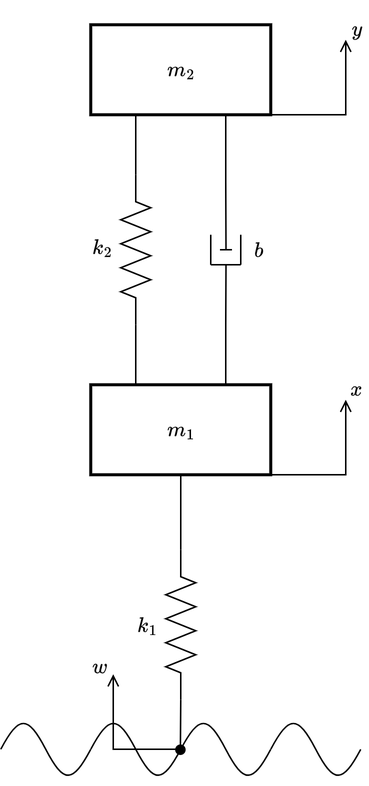
This is images/suspensao_ativa_drawio.png from souzathg/modal-structural-health-monitoring, a draw.io export, as it was before one commit. Source tidied: cells renumbered, new cells last; positions are measured from the earlier drawing's top-left corner, leaving out a move shared by most shapes. The source it was exported from:
```xml
<mxGraphModel math="1">
  <root>
    <mxCell id="0" />
    <mxCell id="1" parent="0" />
    <mxCell id="2" style="group;" parent="1" vertex="1">
      <mxGeometry width="245" height="511.2" as="geometry" />
    </mxCell>
    <mxCell id="3" value="$$m_2$$" style="rounded=0;whiteSpace=wrap;html=1;strokeWidth=2;" parent="2" vertex="1">
      <mxGeometry x="60" y="5" width="120" height="60" as="geometry" />
    </mxCell>
    <mxCell id="4" value="$$m_1$$" style="rounded=0;whiteSpace=wrap;html=1;strokeWidth=2;" parent="2" vertex="1">
      <mxGeometry x="60" y="245" width="120" height="60" as="geometry" />
    </mxCell>
    <mxCell id="5" style="group;" parent="2" vertex="1">
      <mxGeometry x="80" y="105" width="20" height="100" as="geometry" />
    </mxCell>
    <mxCell id="6" style="verticalLabelPosition=bottom;shadow=0;dashed=0;align=center;html=1;verticalAlign=top;shape=mxgraph.electrical.resistors.resistor_2;rotation=90;" parent="5" vertex="1">
      <mxGeometry x="-40" y="40" width="100" height="20" as="geometry" />
    </mxCell>
    <mxCell id="7" style="group;" parent="2" vertex="1">
      <mxGeometry x="140" y="145" width="20" height="20" as="geometry" />
    </mxCell>
    <mxCell id="8" style="edgeStyle=orthogonalEdgeStyle;rounded=0;jettySize=auto;html=1;exitX=0.75;exitY=1;exitDx=0;exitDy=0;endArrow=baseDash;endFill=0;" parent="7" edge="1" source="3">
      <mxGeometry relative="1" as="geometry">
        <mxPoint x="10.1" y="10" as="targetPoint" />
      </mxGeometry>
    </mxCell>
    <mxCell id="9" style="edgeStyle=orthogonalEdgeStyle;rounded=0;jettySize=auto;html=1;exitX=0.75;exitY=0;exitDx=0;exitDy=0;endArrow=baseDash;endFill=0;" parent="7" edge="1" source="4">
      <mxGeometry relative="1" as="geometry">
        <mxPoint x="10.1" y="20" as="targetPoint" />
      </mxGeometry>
    </mxCell>
    <mxCell id="10" style="endArrow=none;html=1;rounded=0;" parent="7" edge="1">
      <mxGeometry relative="1" as="geometry">
        <mxPoint x="20" y="20" as="sourcePoint" />
        <mxPoint x="20" as="targetPoint" />
      </mxGeometry>
    </mxCell>
    <mxCell id="11" style="endArrow=none;html=1;rounded=0;" parent="7" edge="1">
      <mxGeometry relative="1" as="geometry">
        <mxPoint y="20" as="sourcePoint" />
        <mxPoint as="targetPoint" />
      </mxGeometry>
    </mxCell>
    <mxCell id="12" style="endArrow=none;html=1;rounded=0;" parent="7" edge="1">
      <mxGeometry relative="1" as="geometry">
        <mxPoint x="20" y="20" as="sourcePoint" />
        <mxPoint y="20" as="targetPoint" />
      </mxGeometry>
    </mxCell>
    <mxCell id="13" style="group;" parent="2" vertex="1">
      <mxGeometry x="110" y="355" width="20" height="100" as="geometry" />
    </mxCell>
    <mxCell id="14" style="edgeStyle=orthogonalEdgeStyle;rounded=0;jettySize=auto;html=1;exitX=1;exitY=0.5;exitDx=0;exitDy=0;exitPerimeter=0;entryX=0.25;entryY=0;entryDx=0;entryDy=0;endArrow=none;endFill=0;" parent="13" edge="1" source="15">
      <mxGeometry relative="1" as="geometry" />
    </mxCell>
    <mxCell id="15" style="verticalLabelPosition=bottom;shadow=0;dashed=0;align=center;html=1;verticalAlign=top;shape=mxgraph.electrical.resistors.resistor_2;rotation=90;" parent="13" vertex="1">
      <mxGeometry x="-40" y="40" width="100" height="20" as="geometry" />
    </mxCell>
    <mxCell id="16" style="edgeStyle=orthogonalEdgeStyle;rounded=0;jettySize=auto;html=1;exitX=0.25;exitY=1;exitDx=0;exitDy=0;entryX=0;entryY=0.5;entryDx=0;entryDy=0;entryPerimeter=0;endArrow=none;endFill=0;" parent="13" edge="1" target="15">
      <mxGeometry relative="1" as="geometry" />
    </mxCell>
    <mxCell id="17" style="edgeStyle=orthogonalEdgeStyle;rounded=0;jettySize=auto;html=1;exitX=0.5;exitY=1;exitDx=0;exitDy=0;entryX=0;entryY=0.5;entryDx=0;entryDy=0;entryPerimeter=0;endArrow=none;endFill=0;" parent="2" edge="1" source="4" target="15">
      <mxGeometry relative="1" as="geometry" />
    </mxCell>
    <mxCell id="18" style="group;" parent="2" vertex="1">
      <mxGeometry y="465" width="240" height="46.2" as="geometry" />
    </mxCell>
    <mxCell id="19" style="group;" parent="18" vertex="1">
      <mxGeometry width="120" height="46.2" as="geometry" />
    </mxCell>
    <mxCell id="20" style="verticalLabelPosition=bottom;shadow=0;dashed=0;align=center;html=1;verticalAlign=top;shape=mxgraph.electrical.waveforms.sine_wave;" parent="19" vertex="1">
      <mxGeometry width="60" height="46.2" as="geometry" />
    </mxCell>
    <mxCell id="21" style="verticalLabelPosition=bottom;shadow=0;dashed=0;align=center;html=1;verticalAlign=top;shape=mxgraph.electrical.waveforms.sine_wave;" parent="19" vertex="1">
      <mxGeometry x="60" width="60" height="46.2" as="geometry" />
    </mxCell>
    <mxCell id="22" style="endArrow=open;html=1;rounded=0;strokeWidth=1;endFill=0;endSize=6;targetPerimeterSpacing=0;jumpStyle=none;" parent="19" edge="1">
      <mxGeometry relative="1" as="geometry">
        <mxPoint x="120" y="23" as="sourcePoint" />
        <mxPoint x="75" y="-27" as="targetPoint" />
        <Array as="points">
          <mxPoint x="75" y="23" />
        </Array>
      </mxGeometry>
    </mxCell>
    <mxCell id="23" style="group;" parent="18" vertex="1">
      <mxGeometry x="120" width="120" height="46.2" as="geometry" />
    </mxCell>
    <mxCell id="24" style="verticalLabelPosition=bottom;shadow=0;dashed=0;align=center;html=1;verticalAlign=top;shape=mxgraph.electrical.waveforms.sine_wave;" parent="23" vertex="1">
      <mxGeometry width="60" height="46.2" as="geometry" />
    </mxCell>
    <mxCell id="25" style="verticalLabelPosition=bottom;shadow=0;dashed=0;align=center;html=1;verticalAlign=top;shape=mxgraph.electrical.waveforms.sine_wave;" parent="23" vertex="1">
      <mxGeometry x="60" width="60" height="46.2" as="geometry" />
    </mxCell>
    <mxCell id="26" style="edgeStyle=orthogonalEdgeStyle;rounded=0;jettySize=auto;html=1;exitX=1;exitY=0.5;exitDx=0;exitDy=0;exitPerimeter=0;entryX=-0.004;entryY=0.505;entryDx=0;entryDy=0;entryPerimeter=0;endArrow=oval;endFill=1;" parent="2" edge="1" source="15" target="24">
      <mxGeometry relative="1" as="geometry" />
    </mxCell>
    <mxCell id="27" style="endArrow=open;html=1;rounded=0;exitX=1;exitY=1;exitDx=0;exitDy=0;strokeWidth=1;endFill=0;" parent="2" edge="1" source="3">
      <mxGeometry relative="1" as="geometry">
        <mxPoint x="230" y="15" as="targetPoint" />
        <Array as="points">
          <mxPoint x="230" y="65" />
        </Array>
      </mxGeometry>
    </mxCell>
    <mxCell id="28" style="endArrow=open;html=1;rounded=0;exitX=1;exitY=1;exitDx=0;exitDy=0;strokeWidth=1;endFill=0;endSize=6;targetPerimeterSpacing=0;" parent="2" edge="1">
      <mxGeometry relative="1" as="geometry">
        <mxPoint x="180" y="305" as="sourcePoint" />
        <mxPoint x="230" y="255" as="targetPoint" />
        <Array as="points">
          <mxPoint x="230" y="305" />
        </Array>
      </mxGeometry>
    </mxCell>
    <mxCell id="29" value="$$ y $$" style="rounded=1;whiteSpace=wrap;html=1;fillColor=none;strokeColor=none;" parent="2" vertex="1">
      <mxGeometry x="230" width="15" height="15" as="geometry" />
    </mxCell>
    <mxCell id="30" value="$$ x $$" style="rounded=1;whiteSpace=wrap;html=1;fillColor=none;strokeColor=none;" parent="2" vertex="1">
      <mxGeometry x="230" y="240" width="15" height="15" as="geometry" />
    </mxCell>
    <mxCell id="31" value="$$ w $$" style="rounded=1;whiteSpace=wrap;html=1;fillColor=none;strokeColor=none;" parent="2" vertex="1">
      <mxGeometry x="59" y="425" width="15" height="15" as="geometry" />
    </mxCell>
    <mxCell id="32" value="$$ k_2 $$" style="rounded=1;whiteSpace=wrap;html=1;fillColor=none;strokeColor=none;" parent="2" vertex="1">
      <mxGeometry x="60" y="145" width="15" height="15" as="geometry" />
    </mxCell>
    <mxCell id="33" value="$$ b $$" style="rounded=1;whiteSpace=wrap;html=1;fillColor=none;strokeColor=none;" parent="2" vertex="1">
      <mxGeometry x="165" y="147.5" width="15" height="15" as="geometry" />
    </mxCell>
    <mxCell id="34" value="$$ k_1 $$" style="rounded=1;whiteSpace=wrap;html=1;fillColor=none;strokeColor=none;" parent="2" vertex="1">
      <mxGeometry x="90" y="397.5" width="15" height="15" as="geometry" />
    </mxCell>
    <mxCell id="35" style="edgeStyle=orthogonalEdgeStyle;rounded=0;jettySize=auto;html=1;exitX=0.25;exitY=1;exitDx=0;exitDy=0;entryX=0;entryY=0.5;entryDx=0;entryDy=0;entryPerimeter=0;endArrow=none;endFill=0;" parent="2" edge="1" source="3" target="6">
      <mxGeometry relative="1" as="geometry" />
    </mxCell>
    <mxCell id="36" style="edgeStyle=orthogonalEdgeStyle;rounded=0;jettySize=auto;html=1;exitX=1;exitY=0.5;exitDx=0;exitDy=0;exitPerimeter=0;entryX=0.25;entryY=0;entryDx=0;entryDy=0;endArrow=none;endFill=0;" parent="2" edge="1" source="6" target="4">
      <mxGeometry relative="1" as="geometry" />
    </mxCell>
  </root>
</mxGraphModel>
```
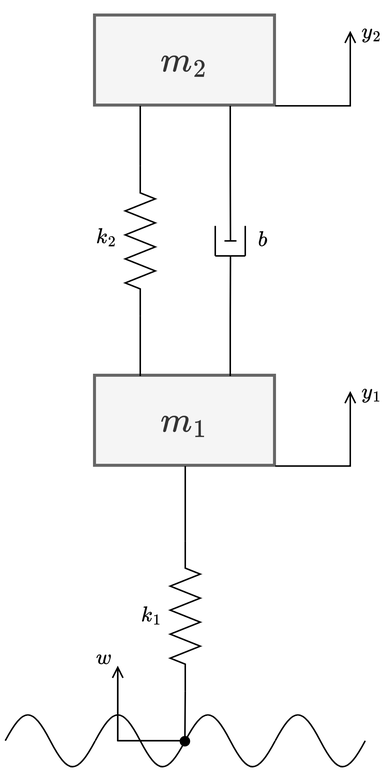
The same file after the commit.

Commit message:
feat: use y_1 and y_2 as outs in suspension diagram

What changed in the source:
```diff
@@ -2,22 +2,19 @@
   <root>
     <mxCell id="0" />
     <mxCell id="1" parent="0" />
-    <mxCell id="2" style="group;" parent="1" vertex="1">
-      <mxGeometry width="245" height="511.2" as="geometry" />
-    </mxCell>
-    <mxCell id="3" value="$$m_2$$" style="rounded=0;whiteSpace=wrap;html=1;strokeWidth=2;" parent="2" vertex="1">
+    <mxCell id="3" value="&lt;font&gt;$$m_2$$&lt;/font&gt;" style="rounded=0;whiteSpace=wrap;html=1;strokeWidth=2;fontSize=20;fontStyle=1;fillColor=#f5f5f5;fontColor=#333333;strokeColor=#666666;" parent="1" vertex="1">
       <mxGeometry x="60" y="5" width="120" height="60" as="geometry" />
     </mxCell>
-    <mxCell id="4" value="$$m_1$$" style="rounded=0;whiteSpace=wrap;html=1;strokeWidth=2;" parent="2" vertex="1">
+    <mxCell id="4" value="$$m_1$$" style="rounded=0;whiteSpace=wrap;html=1;strokeWidth=2;fontSize=20;fillColor=#f5f5f5;fontColor=#333333;strokeColor=#666666;" parent="1" vertex="1">
       <mxGeometry x="60" y="245" width="120" height="60" as="geometry" />
     </mxCell>
-    <mxCell id="5" style="group;" parent="2" vertex="1">
+    <mxCell id="5" style="group;" parent="1" vertex="1">
       <mxGeometry x="80" y="105" width="20" height="100" as="geometry" />
     </mxCell>
     <mxCell id="6" style="verticalLabelPosition=bottom;shadow=0;dashed=0;align=center;html=1;verticalAlign=top;shape=mxgraph.electrical.resistors.resistor_2;rotation=90;" parent="5" vertex="1">
       <mxGeometry x="-40" y="40" width="100" height="20" as="geometry" />
     </mxCell>
-    <mxCell id="7" style="group;" parent="2" vertex="1">
+    <mxCell id="7" style="group;" parent="1" vertex="1">
       <mxGeometry x="140" y="145" width="20" height="20" as="geometry" />
     </mxCell>
     <mxCell id="8" style="edgeStyle=orthogonalEdgeStyle;rounded=0;jettySize=auto;html=1;exitX=0.75;exitY=1;exitDx=0;exitDy=0;endArrow=baseDash;endFill=0;" parent="7" edge="1" source="3">
@@ -48,7 +45,7 @@
         <mxPoint y="20" as="targetPoint" />
       </mxGeometry>
     </mxCell>
-    <mxCell id="13" style="group;" parent="2" vertex="1">
+    <mxCell id="13" style="group;" parent="1" vertex="1">
       <mxGeometry x="110" y="355" width="20" height="100" as="geometry" />
     </mxCell>
     <mxCell id="14" style="edgeStyle=orthogonalEdgeStyle;rounded=0;jettySize=auto;html=1;exitX=1;exitY=0.5;exitDx=0;exitDy=0;exitPerimeter=0;entryX=0.25;entryY=0;entryDx=0;entryDy=0;endArrow=none;endFill=0;" parent="13" edge="1" source="15">
@@ -60,10 +57,10 @@
     <mxCell id="16" style="edgeStyle=orthogonalEdgeStyle;rounded=0;jettySize=auto;html=1;exitX=0.25;exitY=1;exitDx=0;exitDy=0;entryX=0;entryY=0.5;entryDx=0;entryDy=0;entryPerimeter=0;endArrow=none;endFill=0;" parent="13" edge="1" target="15">
       <mxGeometry relative="1" as="geometry" />
     </mxCell>
-    <mxCell id="17" style="edgeStyle=orthogonalEdgeStyle;rounded=0;jettySize=auto;html=1;exitX=0.5;exitY=1;exitDx=0;exitDy=0;entryX=0;entryY=0.5;entryDx=0;entryDy=0;entryPerimeter=0;endArrow=none;endFill=0;" parent="2" edge="1" source="4" target="15">
+    <mxCell id="17" style="edgeStyle=orthogonalEdgeStyle;rounded=0;jettySize=auto;html=1;exitX=0.5;exitY=1;exitDx=0;exitDy=0;entryX=0;entryY=0.5;entryDx=0;entryDy=0;entryPerimeter=0;endArrow=none;endFill=0;" parent="1" edge="1" source="4" target="15">
       <mxGeometry relative="1" as="geometry" />
     </mxCell>
-    <mxCell id="18" style="group;" parent="2" vertex="1">
+    <mxCell id="18" style="group;" parent="1" vertex="1">
       <mxGeometry y="465" width="240" height="46.2" as="geometry" />
     </mxCell>
     <mxCell id="19" style="group;" parent="18" vertex="1">
@@ -93,10 +90,10 @@
     <mxCell id="25" style="verticalLabelPosition=bottom;shadow=0;dashed=0;align=center;html=1;verticalAlign=top;shape=mxgraph.electrical.waveforms.sine_wave;" parent="23" vertex="1">
       <mxGeometry x="60" width="60" height="46.2" as="geometry" />
     </mxCell>
-    <mxCell id="26" style="edgeStyle=orthogonalEdgeStyle;rounded=0;jettySize=auto;html=1;exitX=1;exitY=0.5;exitDx=0;exitDy=0;exitPerimeter=0;entryX=-0.004;entryY=0.505;entryDx=0;entryDy=0;entryPerimeter=0;endArrow=oval;endFill=1;" parent="2" edge="1" source="15" target="24">
+    <mxCell id="26" style="edgeStyle=orthogonalEdgeStyle;rounded=0;jettySize=auto;html=1;exitX=1;exitY=0.5;exitDx=0;exitDy=0;exitPerimeter=0;entryX=-0.004;entryY=0.505;entryDx=0;entryDy=0;entryPerimeter=0;endArrow=oval;endFill=1;" parent="1" edge="1" source="15" target="24">
       <mxGeometry relative="1" as="geometry" />
     </mxCell>
-    <mxCell id="27" style="endArrow=open;html=1;rounded=0;exitX=1;exitY=1;exitDx=0;exitDy=0;strokeWidth=1;endFill=0;" parent="2" edge="1" source="3">
+    <mxCell id="27" style="endArrow=open;html=1;rounded=0;exitX=1;exitY=1;exitDx=0;exitDy=0;strokeWidth=1;endFill=0;" parent="1" edge="1" source="3">
       <mxGeometry relative="1" as="geometry">
         <mxPoint x="230" y="15" as="targetPoint" />
         <Array as="points">
@@ -104,7 +101,7 @@
         </Array>
       </mxGeometry>
     </mxCell>
-    <mxCell id="28" style="endArrow=open;html=1;rounded=0;exitX=1;exitY=1;exitDx=0;exitDy=0;strokeWidth=1;endFill=0;endSize=6;targetPerimeterSpacing=0;" parent="2" edge="1">
+    <mxCell id="28" style="endArrow=open;html=1;rounded=0;exitX=1;exitY=1;exitDx=0;exitDy=0;strokeWidth=1;endFill=0;endSize=6;targetPerimeterSpacing=0;" parent="1" edge="1">
       <mxGeometry relative="1" as="geometry">
         <mxPoint x="180" y="305" as="sourcePoint" />
         <mxPoint x="230" y="255" as="targetPoint" />
@@ -113,29 +110,29 @@
         </Array>
       </mxGeometry>
     </mxCell>
-    <mxCell id="29" value="$$ y $$" style="rounded=1;whiteSpace=wrap;html=1;fillColor=none;strokeColor=none;" parent="2" vertex="1">
-      <mxGeometry x="230" width="15" height="15" as="geometry" />
+    <mxCell id="29" value="$$ y_2 $$" style="rounded=1;whiteSpace=wrap;html=1;fillColor=none;strokeColor=none;fontSize=12;" parent="1" vertex="1">
+      <mxGeometry x="237" y="9" width="15" height="15" as="geometry" />
     </mxCell>
-    <mxCell id="30" value="$$ x $$" style="rounded=1;whiteSpace=wrap;html=1;fillColor=none;strokeColor=none;" parent="2" vertex="1">
-      <mxGeometry x="230" y="240" width="15" height="15" as="geometry" />
-    </mxCell>
-    <mxCell id="31" value="$$ w $$" style="rounded=1;whiteSpace=wrap;html=1;fillColor=none;strokeColor=none;" parent="2" vertex="1">
+    <mxCell id="31" value="$$ w $$" style="rounded=1;whiteSpace=wrap;html=1;fillColor=none;strokeColor=none;" parent="1" vertex="1">
       <mxGeometry x="59" y="425" width="15" height="15" as="geometry" />
     </mxCell>
-    <mxCell id="32" value="$$ k_2 $$" style="rounded=1;whiteSpace=wrap;html=1;fillColor=none;strokeColor=none;" parent="2" vertex="1">
+    <mxCell id="32" value="$$ k_2 $$" style="rounded=1;whiteSpace=wrap;html=1;fillColor=none;strokeColor=none;" parent="1" vertex="1">
       <mxGeometry x="60" y="145" width="15" height="15" as="geometry" />
     </mxCell>
-    <mxCell id="33" value="$$ b $$" style="rounded=1;whiteSpace=wrap;html=1;fillColor=none;strokeColor=none;" parent="2" vertex="1">
+    <mxCell id="33" value="$$ b $$" style="rounded=1;whiteSpace=wrap;html=1;fillColor=none;strokeColor=none;" parent="1" vertex="1">
       <mxGeometry x="165" y="147.5" width="15" height="15" as="geometry" />
     </mxCell>
-    <mxCell id="34" value="$$ k_1 $$" style="rounded=1;whiteSpace=wrap;html=1;fillColor=none;strokeColor=none;" parent="2" vertex="1">
+    <mxCell id="34" value="$$ k_1 $$" style="rounded=1;whiteSpace=wrap;html=1;fillColor=none;strokeColor=none;" parent="1" vertex="1">
       <mxGeometry x="90" y="397.5" width="15" height="15" as="geometry" />
     </mxCell>
-    <mxCell id="35" style="edgeStyle=orthogonalEdgeStyle;rounded=0;jettySize=auto;html=1;exitX=0.25;exitY=1;exitDx=0;exitDy=0;entryX=0;entryY=0.5;entryDx=0;entryDy=0;entryPerimeter=0;endArrow=none;endFill=0;" parent="2" edge="1" source="3" target="6">
+    <mxCell id="35" style="edgeStyle=orthogonalEdgeStyle;rounded=0;jettySize=auto;html=1;exitX=0.25;exitY=1;exitDx=0;exitDy=0;entryX=0;entryY=0.5;entryDx=0;entryDy=0;entryPerimeter=0;endArrow=none;endFill=0;" parent="1" edge="1" source="3" target="6">
       <mxGeometry relative="1" as="geometry" />
     </mxCell>
-    <mxCell id="36" style="edgeStyle=orthogonalEdgeStyle;rounded=0;jettySize=auto;html=1;exitX=1;exitY=0.5;exitDx=0;exitDy=0;exitPerimeter=0;entryX=0.25;entryY=0;entryDx=0;entryDy=0;endArrow=none;endFill=0;" parent="2" edge="1" source="6" target="4">
+    <mxCell id="36" style="edgeStyle=orthogonalEdgeStyle;rounded=0;jettySize=auto;html=1;exitX=1;exitY=0.5;exitDx=0;exitDy=0;exitPerimeter=0;entryX=0.25;entryY=0;entryDx=0;entryDy=0;endArrow=none;endFill=0;" parent="1" edge="1" source="6" target="4">
       <mxGeometry relative="1" as="geometry" />
     </mxCell>
+    <mxCell id="37" value="$$ y_1 $$" style="rounded=1;whiteSpace=wrap;html=1;fillColor=none;strokeColor=none;fontSize=12;" parent="1" vertex="1">
+      <mxGeometry x="237" y="248.1" width="15" height="15" as="geometry" />
+    </mxCell>
   </root>
 </mxGraphModel>
```
